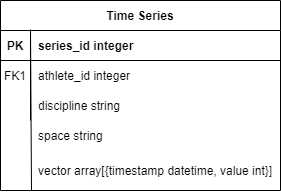
This is docs/PNG/data_model.png from Dennis-4711/SPAREG, a draw.io export, as it was before one commit. Source tidied: cells renumbered, new cells last; positions are measured from the earlier drawing's top-left corner, leaving out a move shared by most shapes.
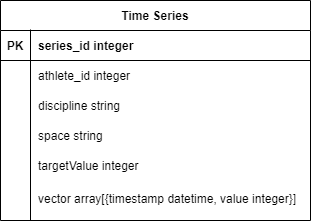
The same diagram one commit later.

Commit message:
update data model

Diff of the diagram source:
```diff
@@ -3,34 +3,34 @@
     <mxCell id="0" />
     <mxCell id="1" parent="0" />
     <mxCell id="2" value="Time Series" style="shape=table;startSize=30;rowLines=0;fontStyle=1;align=center;" parent="1" vertex="1">
-      <mxGeometry width="280" height="190" as="geometry" />
+      <mxGeometry width="310" height="220" as="geometry" />
     </mxCell>
     <mxCell id="3" style="shape=partialRectangle;fillColor=none;top=0;left=0;right=0;bottom=1;" parent="2" vertex="1">
-      <mxGeometry y="30" width="280" height="30" as="geometry" />
+      <mxGeometry y="30" width="310" height="30" as="geometry" />
     </mxCell>
     <mxCell id="4" value="PK" style="shape=partialRectangle;overflow=hidden;fillColor=none;top=0;left=0;bottom=0;right=0;fontStyle=1;" parent="3" vertex="1">
       <mxGeometry width="30" height="30" as="geometry" />
     </mxCell>
     <mxCell id="5" value="series_id integer" style="shape=partialRectangle;overflow=hidden;fillColor=none;top=0;left=0;bottom=0;right=0;align=left;spacingLeft=6;fontStyle=1;" parent="3" vertex="1">
-      <mxGeometry x="30" width="250" height="30" as="geometry" />
+      <mxGeometry x="30" width="280" height="30" as="geometry" />
     </mxCell>
     <mxCell id="6" style="shape=partialRectangle;fillColor=none;top=0;left=0;right=0;bottom=0;" parent="2" vertex="1">
-      <mxGeometry y="60" width="280" height="30" as="geometry" />
+      <mxGeometry y="60" width="310" height="30" as="geometry" />
     </mxCell>
-    <mxCell id="7" value="FK1" style="shape=partialRectangle;overflow=hidden;fillColor=none;top=0;left=0;bottom=0;right=0;" parent="6" vertex="1">
+    <mxCell id="7" style="shape=partialRectangle;overflow=hidden;fillColor=none;top=0;left=0;bottom=0;right=0;" parent="6" vertex="1">
       <mxGeometry width="30" height="30" as="geometry" />
     </mxCell>
     <mxCell id="8" value="athlete_id integer" style="shape=partialRectangle;overflow=hidden;fillColor=none;top=0;left=0;bottom=0;right=0;align=left;spacingLeft=6;" parent="6" vertex="1">
-      <mxGeometry x="30" width="250" height="30" as="geometry" />
+      <mxGeometry x="30" width="280" height="30" as="geometry" />
     </mxCell>
     <mxCell id="9" style="shape=partialRectangle;fillColor=none;top=0;left=0;right=0;bottom=0;" parent="2" vertex="1">
-      <mxGeometry y="90" width="280" height="30" as="geometry" />
+      <mxGeometry y="90" width="310" height="30" as="geometry" />
     </mxCell>
     <mxCell id="10" style="shape=partialRectangle;overflow=hidden;fillColor=none;top=0;left=0;bottom=0;right=0;" parent="9" vertex="1">
       <mxGeometry width="30" height="30" as="geometry" />
     </mxCell>
     <mxCell id="11" value="discipline string" style="shape=partialRectangle;overflow=hidden;fillColor=none;top=0;left=0;bottom=0;right=0;align=left;spacingLeft=6;" parent="9" vertex="1">
-      <mxGeometry x="30" width="250" height="30" as="geometry" />
+      <mxGeometry x="30" width="280" height="30" as="geometry" />
     </mxCell>
     <mxCell id="12" style="shape=partialRectangle;fillColor=none;top=0;left=0;right=0;bottom=0;" parent="1" vertex="1">
       <mxGeometry y="120" width="250" height="30" as="geometry" />
@@ -42,19 +42,28 @@
       <mxGeometry x="30" width="220" height="30" as="geometry" />
     </mxCell>
     <mxCell id="15" style="shape=partialRectangle;fillColor=none;top=0;left=0;right=0;bottom=0;align=left;" parent="1" vertex="1">
-      <mxGeometry x="30" y="150" width="250" height="40" as="geometry" />
+      <mxGeometry x="30" y="178" width="280" height="40" as="geometry" />
     </mxCell>
     <mxCell id="16" style="shape=partialRectangle;overflow=hidden;fillColor=none;top=0;left=0;bottom=0;right=0;" parent="15" vertex="1">
-      <mxGeometry width="30" height="40" as="geometry" />
+      <mxGeometry width="33.6" height="40" as="geometry" />
     </mxCell>
-    <mxCell id="17" value="vector array[{timestamp datetime, value int}]" style="shape=partialRectangle;overflow=hidden;fillColor=none;top=0;left=0;bottom=0;right=0;align=left;spacingLeft=6;" parent="15" vertex="1">
-      <mxGeometry width="250" height="40" as="geometry" />
+    <mxCell id="17" value="vector array[{timestamp datetime, value integer}]" style="shape=partialRectangle;overflow=hidden;fillColor=none;top=0;left=0;bottom=0;right=0;align=left;spacingLeft=6;" parent="15" vertex="1">
+      <mxGeometry width="280" height="40" as="geometry" />
     </mxCell>
     <mxCell id="18" style="endArrow=none;html=1;rounded=0;" parent="1" edge="1">
       <mxGeometry relative="1" as="geometry">
-        <mxPoint x="31" y="190" as="sourcePoint" />
+        <mxPoint x="30" y="220" as="sourcePoint" />
         <mxPoint x="30" y="29" as="targetPoint" />
       </mxGeometry>
     </mxCell>
+    <mxCell id="19" style="shape=partialRectangle;fillColor=none;top=0;left=0;right=0;bottom=0;align=left;" parent="1" vertex="1">
+      <mxGeometry x="30" y="145" width="280" height="40" as="geometry" />
+    </mxCell>
+    <mxCell id="20" style="shape=partialRectangle;overflow=hidden;fillColor=none;top=0;left=0;bottom=0;right=0;" parent="19" vertex="1">
+      <mxGeometry width="33.6" height="40" as="geometry" />
+    </mxCell>
+    <mxCell id="21" value="targetValue integer" style="shape=partialRectangle;overflow=hidden;fillColor=none;top=0;left=0;bottom=0;right=0;align=left;spacingLeft=6;" parent="19" vertex="1">
+      <mxGeometry width="280" height="40" as="geometry" />
+    </mxCell>
   </root>
 </mxGraphModel>
```
